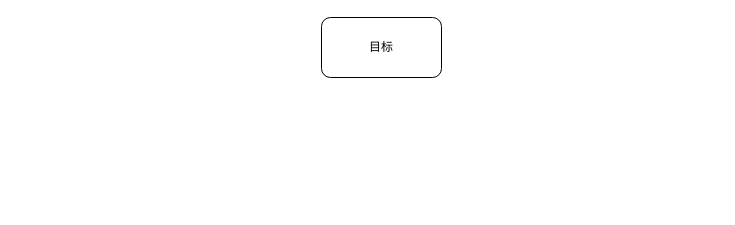
The draw.io diagram smart法则.drawio in stylinlin/DrawIo-Online, before the edit. Source tidied: cells renumbered, new cells numbered last; positions are measured from the earlier drawing's top-left corner, leaving out a move shared by most shapes. Both pictures are drawn from the tidied source at 100%, with x=0, y=0 at pixel (321, 17).
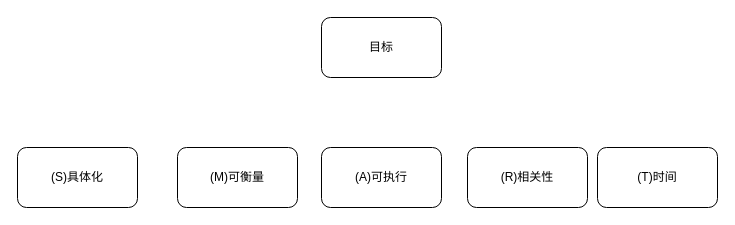
After the change.

Diff of the diagram source:
```diff
@@
 <mxGraphModel>
   <root>
     <mxCell id="0" />
     <mxCell id="1" parent="0" />
     <mxCell id="2" value="目标" style="rounded=1;whiteSpace=wrap;html=1;" parent="1" vertex="1">
       <mxGeometry width="120" height="60" as="geometry" />
     </mxCell>
+    <mxCell id="3" value="(S)具体化" style="rounded=1;whiteSpace=wrap;html=1;" parent="1" vertex="1">
+      <mxGeometry x="-304" y="130" width="120" height="60" as="geometry" />
+    </mxCell>
+    <mxCell id="4" value="(M)可衡量" style="rounded=1;whiteSpace=wrap;html=1;" parent="1" vertex="1">
+      <mxGeometry x="-144" y="130" width="120" height="60" as="geometry" />
+    </mxCell>
+    <mxCell id="5" value="(T)时间" style="rounded=1;whiteSpace=wrap;html=1;" parent="1" vertex="1">
+      <mxGeometry x="276" y="130" width="120" height="60" as="geometry" />
+    </mxCell>
+    <mxCell id="6" value="(R)相关性" style="rounded=1;whiteSpace=wrap;html=1;" parent="1" vertex="1">
+      <mxGeometry x="146" y="130" width="120" height="60" as="geometry" />
+    </mxCell>
+    <mxCell id="7" value="(A)可执行" style="rounded=1;whiteSpace=wrap;html=1;" parent="1" vertex="1">
+      <mxGeometry y="130" width="120" height="60" as="geometry" />
+    </mxCell>
   </root>
 </mxGraphModel>
```
